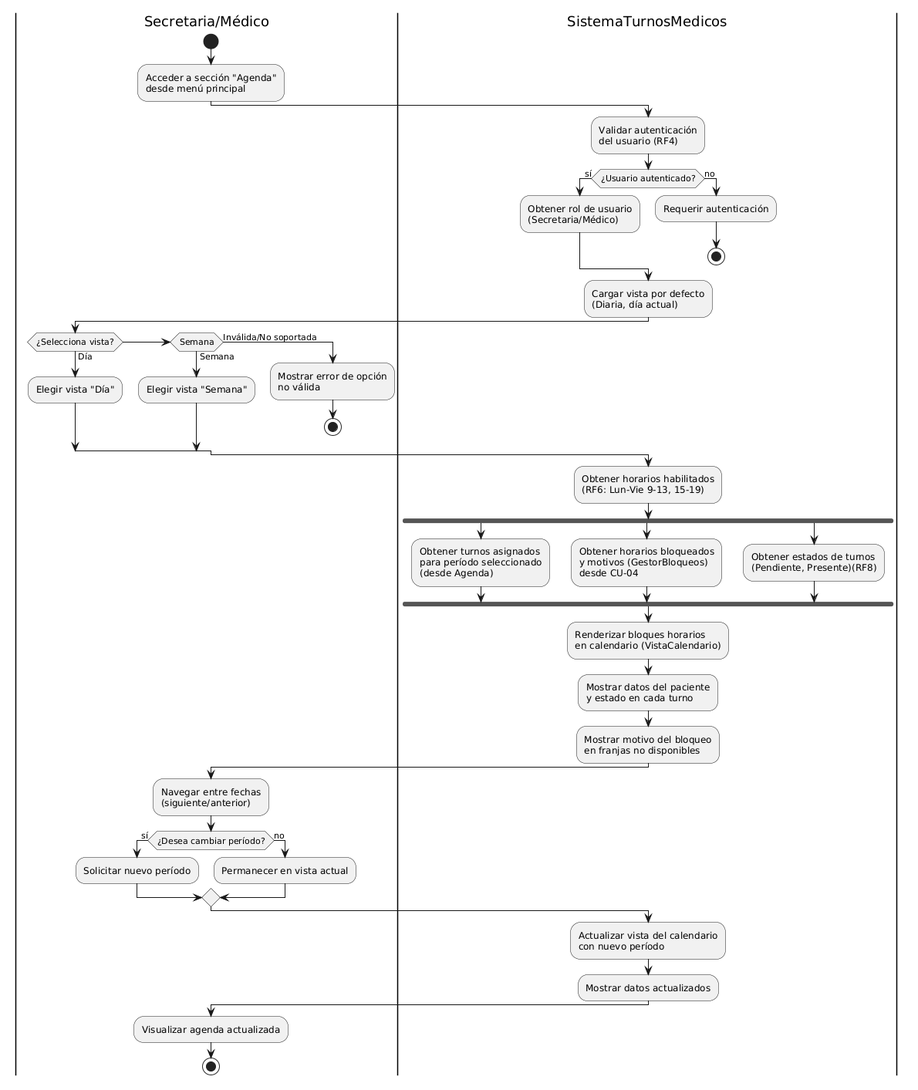
Earlier version of the PlantUML export diagramas/04-diagramas-actividades/04-actividad-visualizar-agenda-05.png (angelgc9107-lgtm/SistemaTurnosMedicos_GP6).
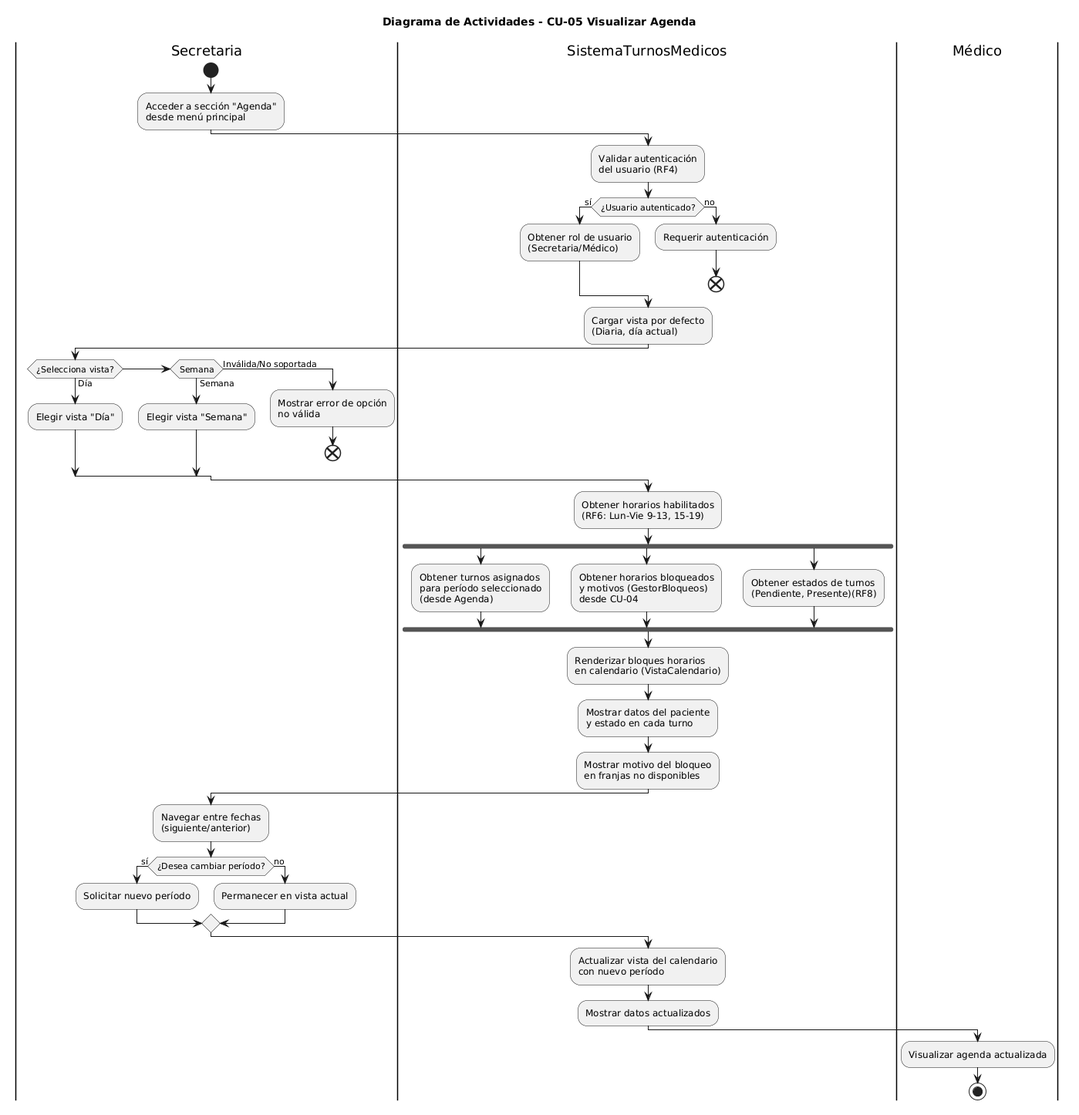
Above is the later version.

The edit, as a diff of the source:
```diff
@@ -1,5 +1,7 @@
 @startuml
-|Secretaria/Médico|
+title Diagrama de Actividades - CU-05 Visualizar Agenda
+
+|Secretaria|
 start
 :Acceder a sección "Agenda"\ndesde menú principal;
 
@@ -10,19 +12,19 @@
     :Obtener rol de usuario\n(Secretaria/Médico);
 else (no)
     :Requerir autenticación;
-    stop
+    end
 endif
 
 :Cargar vista por defecto\n(Diaria, día actual);
 
-|Secretaria/Médico|
+|Secretaria|
 if (¿Selecciona vista?) then (Día)
     :Elegir vista "Día";
 elseif (Semana) then (Semana)
     :Elegir vista "Semana";
 else (Inválida/No soportada)
     :Mostrar error de opción\nno válida;
-    stop
+    end
 endif
 
 |SistemaTurnosMedicos|
@@ -37,12 +39,10 @@
 endfork
 
 :Renderizar bloques horarios\nen calendario (VistaCalendario);
-
 :Mostrar datos del paciente\ny estado en cada turno;
-
 :Mostrar motivo del bloqueo\nen franjas no disponibles;
 
-|Secretaria/Médico|
+|Secretaria|
 :Navegar entre fechas\n(siguiente/anterior);
 
 if (¿Desea cambiar período?) then (sí)
@@ -55,7 +55,7 @@
 :Actualizar vista del calendario\ncon nuevo período;
 :Mostrar datos actualizados;
 
-|Secretaria/Médico|
+|Médico|
 :Visualizar agenda actualizada;
 
 stop
```
